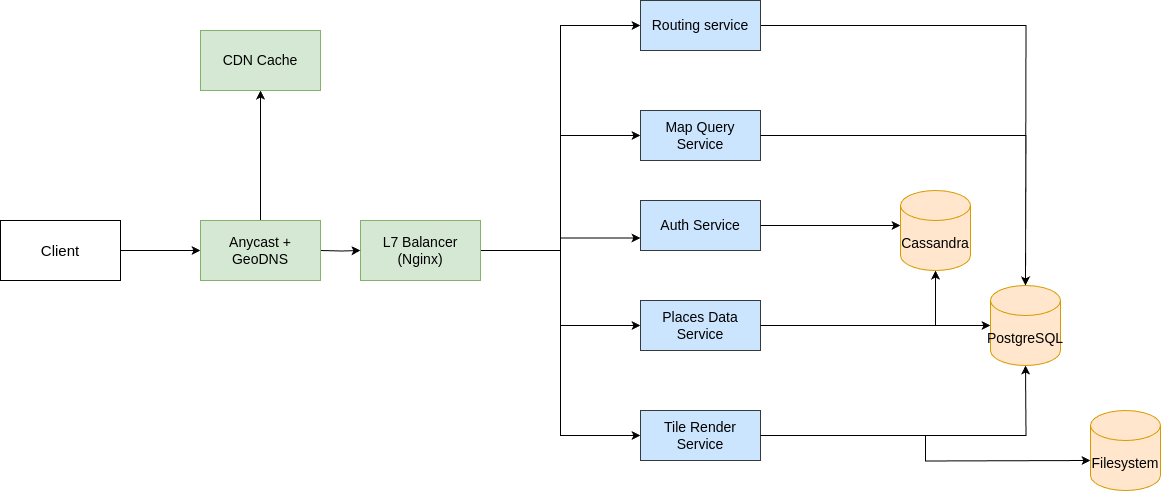
Before: assets/Scheme.drawio.png, a diagram exported from draw.io (rasulov1337/texnopark-highload). Source tidied: cells renumbered, new cells last; positions are measured from the earlier drawing's top-left corner, leaving out a move shared by most shapes.
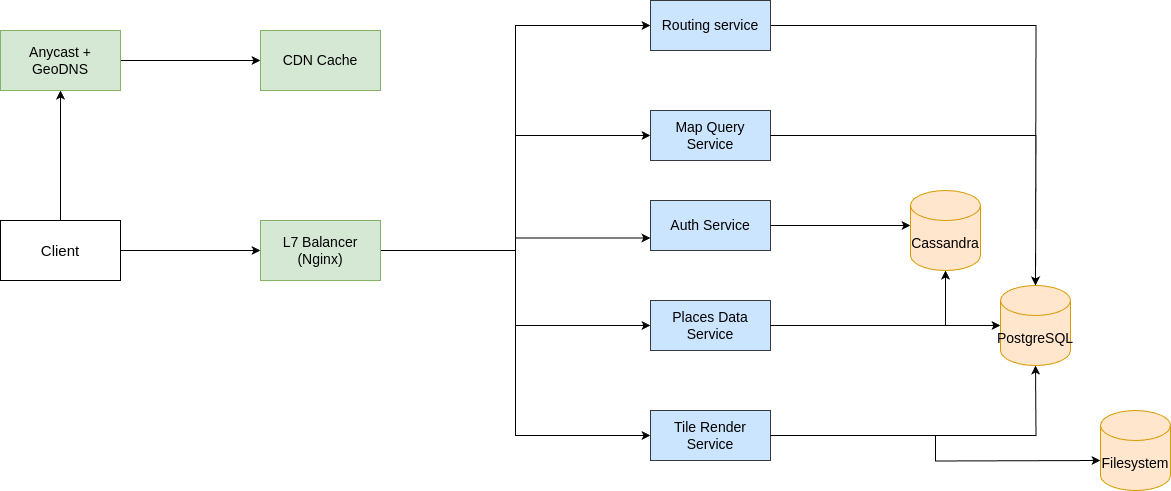
Later version of the same file.

What changed in the source:
```diff
@@ -18,19 +18,8 @@
       <mxGeometry relative="1" as="geometry" />
     </mxCell>
     <mxCell id="7" value="L7 Balancer (Nginx)" style="rounded=0;whiteSpace=wrap;html=1;fillColor=#d5e8d4;strokeColor=#82b366;fontSize=14;" parent="1" vertex="1">
-      <mxGeometry x="360" y="220" width="120" height="60" as="geometry" />
+      <mxGeometry x="250" y="220" width="120" height="60" as="geometry" />
     </mxCell>
-    <mxCell id="8" style="edgeStyle=orthogonalEdgeStyle;rounded=0;jettySize=auto;html=1;" parent="1" edge="1" target="7">
-      <mxGeometry relative="1" as="geometry">
-        <mxPoint x="320" y="250" as="sourcePoint" />
-      </mxGeometry>
-    </mxCell>
-    <mxCell id="9" style="edgeStyle=orthogonalEdgeStyle;rounded=0;orthogonalLoop=1;jettySize=auto;html=1;entryX=0.5;entryY=1;entryDx=0;entryDy=0;" parent="1" edge="1">
-      <mxGeometry relative="1" as="geometry">
-        <mxPoint x="260" y="220" as="sourcePoint" />
-        <mxPoint x="260" y="90" as="targetPoint" />
-      </mxGeometry>
-    </mxCell>
     <mxCell id="10" value="Auth Service" style="rounded=0;whiteSpace=wrap;html=1;fillColor=#cce5ff;strokeColor=#36393d;fontSize=14;" parent="1" vertex="1">
       <mxGeometry x="640" y="200" width="120" height="50" as="geometry" />
     </mxCell>
@@ -74,16 +63,20 @@
     <mxCell id="20" style="edgeStyle=orthogonalEdgeStyle;rounded=0;jettySize=auto;html=1;entryX=0.5;entryY=1;entryDx=0;entryDy=0;entryPerimeter=0;" parent="1" edge="1" source="13" target="25">
       <mxGeometry relative="1" as="geometry" />
     </mxCell>
-    <mxCell id="21" style="edgeStyle=orthogonalEdgeStyle;rounded=0;jettySize=auto;html=1;" parent="1" edge="1" source="22">
-      <mxGeometry relative="1" as="geometry">
-        <mxPoint x="200" y="250" as="targetPoint" />
-      </mxGeometry>
+    <mxCell id="21" style="edgeStyle=orthogonalEdgeStyle;rounded=0;jettySize=auto;html=1;entryX=0.5;entryY=1;entryDx=0;entryDy=0;" parent="1" edge="1" source="22" target="23">
+      <mxGeometry relative="1" as="geometry" />
     </mxCell>
+    <mxCell id="29" style="edgeStyle=orthogonalEdgeStyle;rounded=0;jettySize=auto;html=1;entryX=0;entryY=0.5;entryDx=0;entryDy=0;" parent="1" edge="1" source="22" target="7">
+      <mxGeometry relative="1" as="geometry" />
+    </mxCell>
     <mxCell id="22" value="Client" style="rounded=0;whiteSpace=wrap;html=1;fontSize=15;" parent="1" vertex="1">
-      <mxGeometry y="220" width="120" height="60" as="geometry" />
+      <mxGeometry x="-10" y="220" width="120" height="60" as="geometry" />
     </mxCell>
+    <mxCell id="30" style="edgeStyle=orthogonalEdgeStyle;rounded=0;jettySize=auto;html=1;entryX=0;entryY=0.5;entryDx=0;entryDy=0;" parent="1" edge="1" source="23" target="28">
+      <mxGeometry relative="1" as="geometry" />
+    </mxCell>
     <mxCell id="23" value="Anycast + GeoDNS" style="rounded=0;whiteSpace=wrap;html=1;fillColor=#d5e8d4;strokeColor=#82b366;fontSize=14;" parent="1" vertex="1">
-      <mxGeometry x="200" y="220" width="120" height="60" as="geometry" />
+      <mxGeometry x="-10" y="30" width="120" height="60" as="geometry" />
     </mxCell>
     <mxCell id="24" style="edgeStyle=orthogonalEdgeStyle;rounded=0;jettySize=auto;html=1;entryX=0;entryY=0.5;entryDx=0;entryDy=0;entryPerimeter=0;" parent="1" edge="1" source="15">
       <mxGeometry relative="1" as="geometry">
@@ -100,7 +93,7 @@
       <mxGeometry x="990" y="285" width="70" height="80" as="geometry" />
     </mxCell>
     <mxCell id="28" value="CDN Cache" style="rounded=0;whiteSpace=wrap;html=1;fillColor=#d5e8d4;strokeColor=#82b366;fontSize=14;" parent="1" vertex="1">
-      <mxGeometry x="200" y="30" width="120" height="60" as="geometry" />
+      <mxGeometry x="250" y="30" width="120" height="60" as="geometry" />
     </mxCell>
   </root>
 </mxGraphModel>
```
